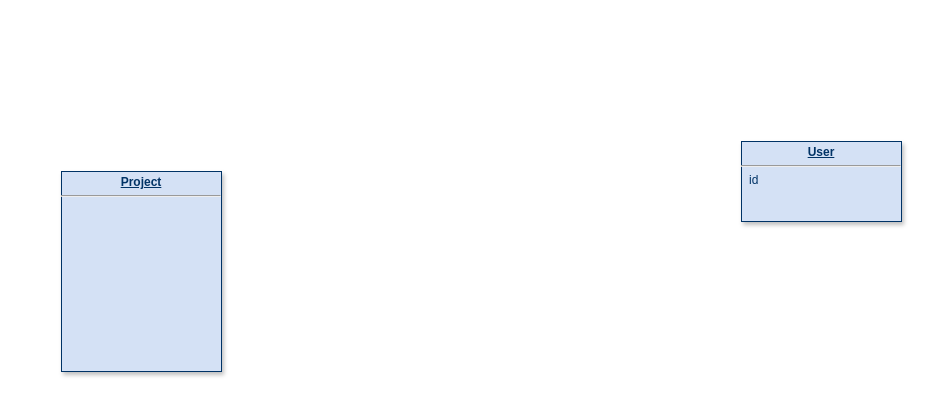
Before: tasks.drawio in sanderha/diagrams-repo, a draw.io diagram. Source tidied: cells renumbered, new cells numbered last; positions are measured from the earlier drawing's top-left corner, leaving out a move shared by most shapes. Both pictures are drawn from the tidied source at 100%, with x=0, y=0 at pixel (61, 141).
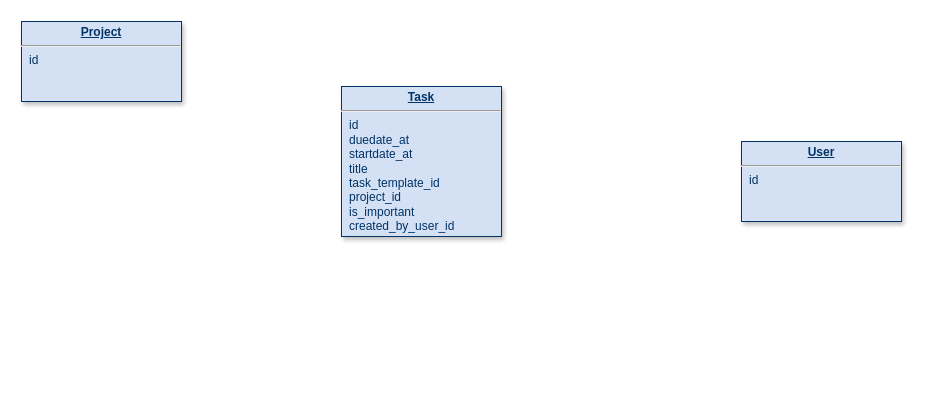
After the change.

What changed in the source:
```diff
@@
 <mxGraphModel>
   <root>
     <mxCell id="0" />
     <mxCell id="1" parent="0" />
     <mxCell id="2" value="&lt;p style=&quot;margin: 0px ; margin-top: 4px ; text-align: center ; text-decoration: underline&quot;&gt;&lt;strong&gt;User&lt;/strong&gt;&lt;/p&gt;&lt;hr&gt;&lt;p style=&quot;margin: 0px ; margin-left: 8px&quot;&gt;id&lt;/p&gt;" style="verticalAlign=top;align=left;overflow=fill;fontSize=12;fontFamily=Helvetica;html=1;strokeColor=#003366;shadow=1;fillColor=#D4E1F5;fontColor=#003366;" parent="1" vertex="1">
       <mxGeometry x="680" width="160" height="80" as="geometry" />
     </mxCell>
-    <mxCell id="3" value="&lt;p style=&quot;margin: 0px ; margin-top: 4px ; text-align: center ; text-decoration: underline&quot;&gt;&lt;strong&gt;Project&lt;/strong&gt;&lt;/p&gt;&lt;hr&gt;" style="verticalAlign=top;align=left;overflow=fill;fontSize=12;fontFamily=Helvetica;html=1;strokeColor=#003366;shadow=1;fillColor=#D4E1F5;fontColor=#003366;" parent="1" vertex="1">
-      <mxGeometry y="30" width="160" height="200" as="geometry" />
-    </mxCell>
+    <mxCell id="4" value="&lt;p style=&quot;margin: 0px ; margin-top: 4px ; text-align: center ; text-decoration: underline&quot;&gt;&lt;strong&gt;Task&lt;/strong&gt;&lt;/p&gt;&lt;hr&gt;&lt;p style=&quot;margin: 0px ; margin-left: 8px&quot;&gt;id&lt;/p&gt;&lt;p style=&quot;margin: 0px ; margin-left: 8px&quot;&gt;duedate_at&lt;/p&gt;&lt;p style=&quot;margin: 0px ; margin-left: 8px&quot;&gt;startdate_at&lt;/p&gt;&lt;p style=&quot;margin: 0px ; margin-left: 8px&quot;&gt;title&lt;/p&gt;&lt;p style=&quot;margin: 0px ; margin-left: 8px&quot;&gt;task_template_id&lt;/p&gt;&lt;p style=&quot;margin: 0px ; margin-left: 8px&quot;&gt;project_id&lt;/p&gt;&lt;p style=&quot;margin: 0px ; margin-left: 8px&quot;&gt;is_important&lt;/p&gt;&lt;p style=&quot;margin: 0px ; margin-left: 8px&quot;&gt;created_by_user_id&lt;br&gt;&lt;/p&gt;" style="verticalAlign=top;align=left;overflow=fill;fontSize=12;fontFamily=Helvetica;html=1;strokeColor=#003366;shadow=1;fillColor=#D4E1F5;fontColor=#003366;" parent="1" vertex="1">
+      <mxGeometry x="280" y="-55" width="160" height="150" as="geometry" />
+    </mxCell>
+    <mxCell id="5" value="&lt;p style=&quot;margin: 0px ; margin-top: 4px ; text-align: center ; text-decoration: underline&quot;&gt;&lt;strong&gt;Project&lt;/strong&gt;&lt;/p&gt;&lt;hr&gt;&lt;p style=&quot;margin: 0px ; margin-left: 8px&quot;&gt;id&lt;/p&gt;" style="verticalAlign=top;align=left;overflow=fill;fontSize=12;fontFamily=Helvetica;html=1;strokeColor=#003366;shadow=1;fillColor=#D4E1F5;fontColor=#003366;" parent="1" vertex="1">
+      <mxGeometry x="-40" y="-120" width="160" height="80" as="geometry" />
+    </mxCell>
   </root>
 </mxGraphModel>
```
